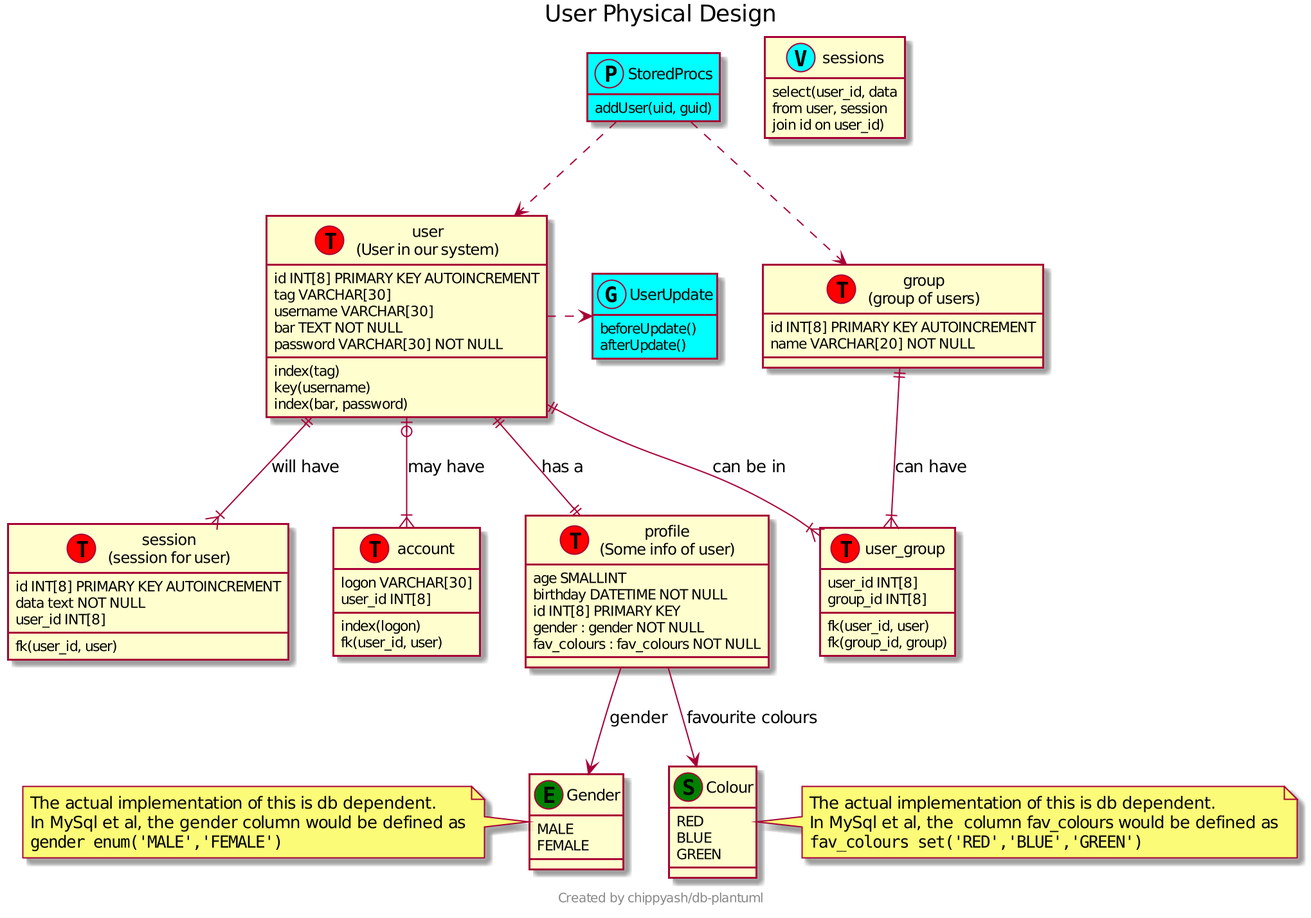
This is examples/User_Physical.png from chippyash/db-plantuml, a PlantUML export, as it was before one commit.
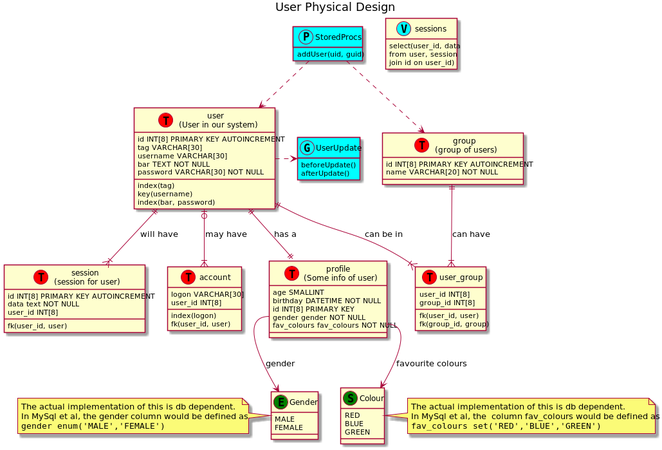
Above is the later version.

Diff of the diagram source:
```diff
@@ -21,7 +21,6 @@
 hide stereotypes
 hide empty members
 
-footer Created by chippyash/db-plantuml
 
 		class user as "user\n(User in our system)" << (T,red)Table >> {
 		id INT[8] PRIMARY KEY AUTOINCREMENT
@@ -80,16 +79,16 @@
 In MySql et al, the gender column would be defined as
 ""gender enum('MALE','FEMALE')""
 end note
-	profile --> gender : gender
-	profile : gender : gender NOT NULL
+	profile : gender gender NOT NULL
+	profile::gender --> gender : gender
 
 		enum "Colour" as fav_colours << (S, green)Set>> {
 	RED
 	BLUE
 	GREEN
 }
-	profile --> fav_colours : favourite colours
-	profile : fav_colours : fav_colours NOT NULL
+	profile : fav_colours fav_colours NOT NULL
+	profile::fav_colours --> fav_colours : favourite colours
 note right of fav_colours
 The actual implementation of this is db dependent.
 In MySql et al, the  column fav_colours would be defined as
```
